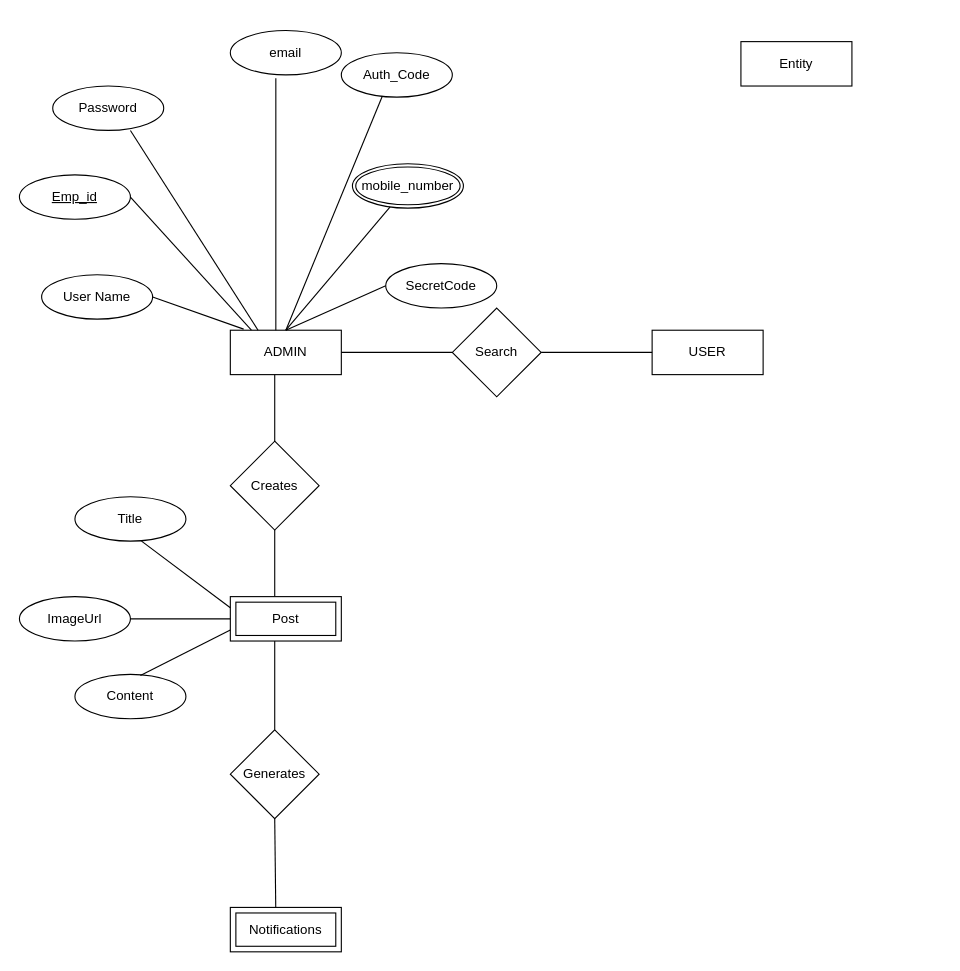
shalulaha/Minor_Project keeps this draw.io diagram as Placement_erd.drawio. Above is the earlier version. Source tidied: cells renumbered, new cells numbered last; positions are measured from the earlier drawing's top-left corner, leaving out a move shared by most shapes. Both pictures are drawn from the tidied source at 111%, with x=0, y=0 at pixel (19, 30).
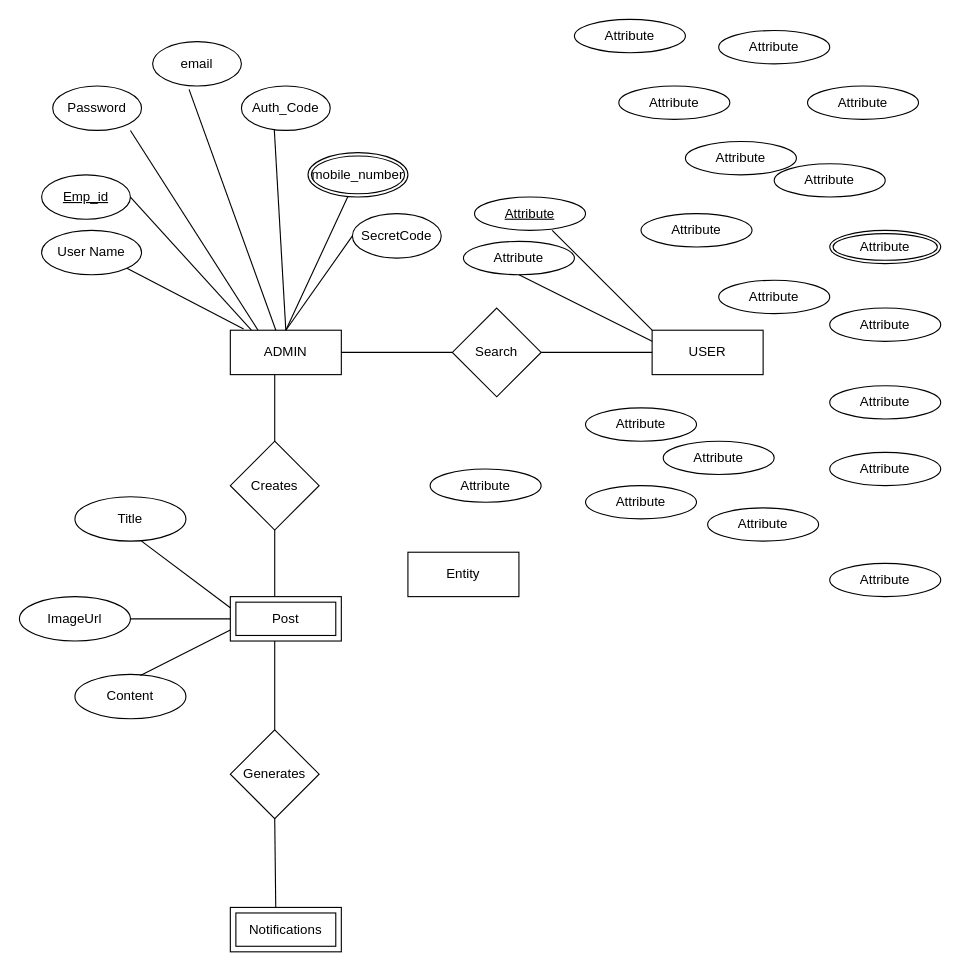
After the change.

Unchanged cells that the change refers to:
```xml
<mxCell id="2" value="ADMIN" style="whiteSpace=wrap;html=1;align=center;" parent="1" vertex="1">
  <mxGeometry x="190" y="270" width="100" height="40" as="geometry" />
</mxCell>
<mxCell id="3" value="USER" style="whiteSpace=wrap;html=1;align=center;" parent="1" vertex="1">
  <mxGeometry x="570" y="270" width="100" height="40" as="geometry" />
</mxCell>
```

What changed in the source:
```diff
@@
     <mxCell id="4" value="Entity" style="whiteSpace=wrap;html=1;align=center;" parent="1" vertex="1">
-      <mxGeometry x="650" y="10" width="100" height="40" as="geometry" />
+      <mxGeometry x="350" y="470" width="100" height="40" as="geometry" />
     </mxCell>
     <mxCell id="5" value="Password" style="ellipse;whiteSpace=wrap;html=1;align=center;" parent="1" vertex="1">
-      <mxGeometry x="30" y="50" width="100" height="40" as="geometry" />
+      <mxGeometry x="30" y="50" width="80" height="40" as="geometry" />
     </mxCell>
     <mxCell id="6" value="Emp_id" style="ellipse;whiteSpace=wrap;html=1;align=center;fontStyle=4;" parent="1" vertex="1">
-      <mxGeometry y="130" width="100" height="40" as="geometry" />
+      <mxGeometry x="20" y="130" width="80" height="40" as="geometry" />
     </mxCell>
     <mxCell id="7" value="email" style="ellipse;whiteSpace=wrap;html=1;align=center;" parent="1" vertex="1">
-      <mxGeometry x="190" width="100" height="40" as="geometry" />
+      <mxGeometry x="120" y="10" width="80" height="40" as="geometry" />
     </mxCell>
     <mxCell id="8" value="mobile_number" style="ellipse;shape=doubleEllipse;margin=3;whiteSpace=wrap;html=1;align=center;" parent="1" vertex="1">
-      <mxGeometry x="300" y="120" width="100" height="40" as="geometry" />
+      <mxGeometry x="260" y="110" width="90" height="40" as="geometry" />
     </mxCell>
     <mxCell id="9" value="Auth_Code" style="ellipse;whiteSpace=wrap;html=1;align=center;" parent="1" vertex="1">
-      <mxGeometry x="290" y="20" width="100" height="40" as="geometry" />
+      <mxGeometry x="200" y="50" width="80" height="40" as="geometry" />
     </mxCell>
     <mxCell id="10" value="User Name" style="ellipse;whiteSpace=wrap;html=1;align=center;" parent="1" vertex="1">
-      <mxGeometry x="20" y="220" width="100" height="40" as="geometry" />
+      <mxGeometry x="20" y="180" width="90" height="40" as="geometry" />
     </mxCell>
     <mxCell id="11" value="SecretCode" style="ellipse;whiteSpace=wrap;html=1;align=center;" parent="1" vertex="1">
-      <mxGeometry x="330" y="210" width="100" height="40" as="geometry" />
+      <mxGeometry x="300" y="165" width="80" height="40" as="geometry" />
     </mxCell>
@@
-    <mxCell id="17" style="endArrow=none;html=1;rounded=0;exitX=0.12;exitY=-0.025;exitDx=0;exitDy=0;exitPerimeter=0;" parent="1" edge="1" source="2">
-      <mxGeometry relative="1" as="geometry">
-        <mxPoint x="120" y="240" as="targetPoint" />
-      </mxGeometry>
+    <mxCell id="17" style="endArrow=none;html=1;rounded=0;exitX=0.12;exitY=-0.025;exitDx=0;exitDy=0;exitPerimeter=0;entryX=1;entryY=1;entryDx=0;entryDy=0;" parent="1" edge="1" source="2" target="10">
+      <mxGeometry relative="1" as="geometry" />
     </mxCell>
@@
+    <mxCell id="36" value="Attribute" style="ellipse;whiteSpace=wrap;html=1;align=center;" parent="1" vertex="1">
+      <mxGeometry x="400" y="190" width="100" height="30" as="geometry" />
+    </mxCell>
+    <mxCell id="37" value="Attribute" style="ellipse;whiteSpace=wrap;html=1;align=center;fontStyle=4;" parent="1" vertex="1">
+      <mxGeometry x="410" y="150" width="100" height="30" as="geometry" />
+    </mxCell>
+    <mxCell id="38" value="Attribute" style="ellipse;whiteSpace=wrap;html=1;align=center;" parent="1" vertex="1">
+      <mxGeometry x="540" y="50" width="100" height="30" as="geometry" />
+    </mxCell>
+    <mxCell id="39" value="Attribute" style="ellipse;whiteSpace=wrap;html=1;align=center;" parent="1" vertex="1">
+      <mxGeometry x="630" width="100" height="30" as="geometry" />
+    </mxCell>
+    <mxCell id="40" value="Attribute" style="ellipse;whiteSpace=wrap;html=1;align=center;" parent="1" vertex="1">
+      <mxGeometry x="710" y="50" width="100" height="30" as="geometry" />
+    </mxCell>
+    <mxCell id="41" value="Attribute" style="ellipse;whiteSpace=wrap;html=1;align=center;" parent="1" vertex="1">
+      <mxGeometry x="680" y="120" width="100" height="30" as="geometry" />
+    </mxCell>
+    <mxCell id="42" value="Attribute" style="ellipse;shape=doubleEllipse;margin=3;whiteSpace=wrap;html=1;align=center;" parent="1" vertex="1">
+      <mxGeometry x="730" y="180" width="100" height="30" as="geometry" />
+    </mxCell>
+    <mxCell id="43" value="Attribute" style="ellipse;whiteSpace=wrap;html=1;align=center;" parent="1" vertex="1">
+      <mxGeometry x="730" y="250" width="100" height="30" as="geometry" />
+    </mxCell>
+    <mxCell id="44" value="Attribute" style="ellipse;whiteSpace=wrap;html=1;align=center;" parent="1" vertex="1">
+      <mxGeometry x="730" y="320" width="100" height="30" as="geometry" />
+    </mxCell>
+    <mxCell id="45" value="Attribute" style="ellipse;whiteSpace=wrap;html=1;align=center;" parent="1" vertex="1">
+      <mxGeometry x="730" y="380" width="100" height="30" as="geometry" />
+    </mxCell>
+    <mxCell id="46" value="Attribute" style="ellipse;whiteSpace=wrap;html=1;align=center;" parent="1" vertex="1">
+      <mxGeometry x="620" y="430" width="100" height="30" as="geometry" />
+    </mxCell>
+    <mxCell id="47" value="Attribute" style="ellipse;whiteSpace=wrap;html=1;align=center;" parent="1" vertex="1">
+      <mxGeometry x="730" y="480" width="100" height="30" as="geometry" />
+    </mxCell>
+    <mxCell id="48" value="Attribute" style="ellipse;whiteSpace=wrap;html=1;align=center;" parent="1" vertex="1">
+      <mxGeometry x="560" y="165" width="100" height="30" as="geometry" />
+    </mxCell>
+    <mxCell id="49" value="Attribute" style="ellipse;whiteSpace=wrap;html=1;align=center;" parent="1" vertex="1">
+      <mxGeometry x="500" y="-10" width="100" height="30" as="geometry" />
+    </mxCell>
+    <mxCell id="50" value="Attribute" style="ellipse;whiteSpace=wrap;html=1;align=center;" parent="1" vertex="1">
+      <mxGeometry x="510" y="340" width="100" height="30" as="geometry" />
+    </mxCell>
+    <mxCell id="51" value="Attribute" style="ellipse;whiteSpace=wrap;html=1;align=center;" parent="1" vertex="1">
+      <mxGeometry x="510" y="410" width="100" height="30" as="geometry" />
+    </mxCell>
+    <mxCell id="52" value="Attribute" style="ellipse;whiteSpace=wrap;html=1;align=center;" parent="1" vertex="1">
+      <mxGeometry x="370" y="395" width="100" height="30" as="geometry" />
+    </mxCell>
+    <mxCell id="53" value="Attribute" style="ellipse;whiteSpace=wrap;html=1;align=center;" parent="1" vertex="1">
+      <mxGeometry x="580" y="370" width="100" height="30" as="geometry" />
+    </mxCell>
+    <mxCell id="54" value="Attribute" style="ellipse;whiteSpace=wrap;html=1;align=center;" parent="1" vertex="1">
+      <mxGeometry x="600" y="100" width="100" height="30" as="geometry" />
+    </mxCell>
+    <mxCell id="55" value="Attribute" style="ellipse;whiteSpace=wrap;html=1;align=center;" parent="1" vertex="1">
+      <mxGeometry x="630" y="225" width="100" height="30" as="geometry" />
+    </mxCell>
+    <mxCell id="56" style="endArrow=none;html=1;rounded=0;exitX=0;exitY=0.25;exitDx=0;exitDy=0;" parent="1" edge="1" source="3">
+      <mxGeometry relative="1" as="geometry">
+        <mxPoint x="450" y="220" as="targetPoint" />
+      </mxGeometry>
+    </mxCell>
+    <mxCell id="57" style="endArrow=none;html=1;rounded=0;exitX=0;exitY=0;exitDx=0;exitDy=0;" parent="1" edge="1" source="3">
+      <mxGeometry relative="1" as="geometry">
+        <mxPoint x="480" y="180" as="targetPoint" />
+      </mxGeometry>
+    </mxCell>
```
